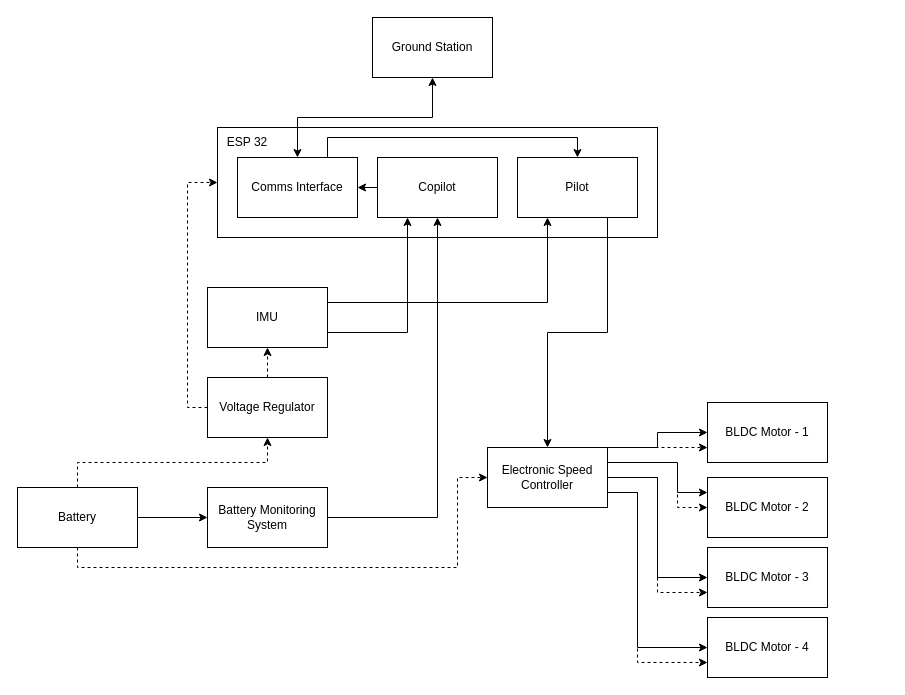
Earlier version of the draw.io diagram docs/System Architecture.drawio (fahadhub/quadcopter). Source tidied: cells renumbered, new cells numbered last; positions are measured from the earlier drawing's top-left corner, leaving out a move shared by most shapes. Both pictures are drawn from the tidied source at 100%, with x=0, y=0 at pixel (17, 17).
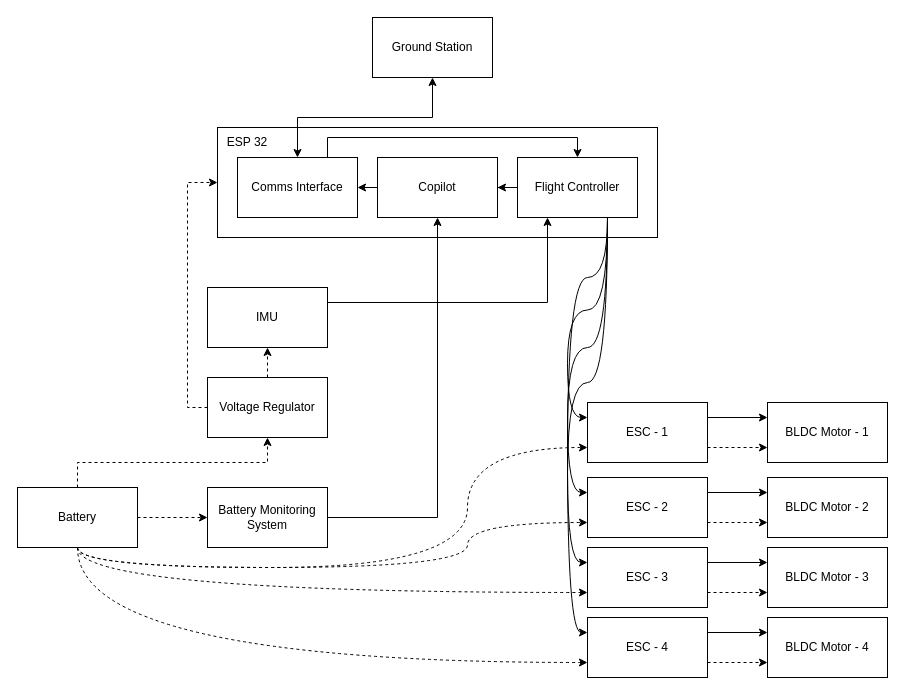
Above is the later version.

Unchanged cells that the change refers to:
```xml
<mxCell id="7" value="IMU" style="rounded=0;whiteSpace=wrap;html=1;" parent="1" vertex="1">
  <mxGeometry x="190" y="270" width="120" height="60" as="geometry" />
</mxCell>
<mxCell id="27" value="Battery" style="rounded=0;whiteSpace=wrap;html=1;" parent="1" vertex="1">
  <mxGeometry y="470" width="120" height="60" as="geometry" />
</mxCell>
<mxCell id="29" value="Battery Monitoring System" style="rounded=0;whiteSpace=wrap;html=1;" parent="1" vertex="1">
  <mxGeometry x="190" y="470" width="120" height="60" as="geometry" />
</mxCell>
<mxCell id="33" value="Copilot" style="rounded=0;whiteSpace=wrap;html=1;" parent="1" vertex="1">
  <mxGeometry x="360" y="140" width="120" height="60" as="geometry" />
</mxCell>
```

The edit, as a diff of the source:
```diff
@@
-    <mxCell id="5" style="edgeStyle=orthogonalEdgeStyle;rounded=0;jettySize=auto;html=1;exitX=1;exitY=0.75;exitDx=0;exitDy=0;entryX=0.25;entryY=1;entryDx=0;entryDy=0;" parent="1" edge="1" source="7" target="33">
-      <mxGeometry relative="1" as="geometry" />
-    </mxCell>
@@
-    <mxCell id="8" style="edgeStyle=orthogonalEdgeStyle;rounded=0;jettySize=auto;html=1;exitX=1;exitY=0;exitDx=0;exitDy=0;entryX=0;entryY=0.75;entryDx=0;entryDy=0;dashed=1;" parent="1" edge="1" source="16" target="17">
-      <mxGeometry relative="1" as="geometry">
-        <Array as="points">
-          <mxPoint x="690" y="430" />
-        </Array>
-      </mxGeometry>
-    </mxCell>
-    <mxCell id="9" style="edgeStyle=orthogonalEdgeStyle;rounded=0;jettySize=auto;html=1;exitX=1;exitY=0;exitDx=0;exitDy=0;entryX=0;entryY=0.5;entryDx=0;entryDy=0;" parent="1" edge="1" source="16" target="17">
-      <mxGeometry relative="1" as="geometry">
-        <Array as="points">
-          <mxPoint x="640" y="430" />
-          <mxPoint x="640" y="415" />
-        </Array>
-      </mxGeometry>
-    </mxCell>
-    <mxCell id="10" style="edgeStyle=orthogonalEdgeStyle;rounded=0;jettySize=auto;html=1;exitX=1;exitY=0.25;exitDx=0;exitDy=0;entryX=0;entryY=0.25;entryDx=0;entryDy=0;" parent="1" edge="1" source="16" target="18">
-      <mxGeometry relative="1" as="geometry">
-        <Array as="points">
-          <mxPoint x="660" y="445" />
-          <mxPoint x="660" y="475" />
-        </Array>
-      </mxGeometry>
-    </mxCell>
-    <mxCell id="11" style="edgeStyle=orthogonalEdgeStyle;rounded=0;jettySize=auto;html=1;exitX=1;exitY=0.25;exitDx=0;exitDy=0;entryX=0;entryY=0.5;entryDx=0;entryDy=0;dashed=1;" parent="1" edge="1" source="16" target="18">
-      <mxGeometry relative="1" as="geometry">
-        <Array as="points">
-          <mxPoint x="660" y="445" />
-          <mxPoint x="660" y="490" />
-        </Array>
-      </mxGeometry>
-    </mxCell>
-    <mxCell id="12" style="edgeStyle=orthogonalEdgeStyle;rounded=0;jettySize=auto;html=1;exitX=1;exitY=0.5;exitDx=0;exitDy=0;entryX=0;entryY=0.5;entryDx=0;entryDy=0;" parent="1" edge="1" source="16" target="19">
-      <mxGeometry relative="1" as="geometry" />
-    </mxCell>
-    <mxCell id="13" style="edgeStyle=orthogonalEdgeStyle;rounded=0;jettySize=auto;html=1;exitX=1;exitY=0.5;exitDx=0;exitDy=0;entryX=0;entryY=0.75;entryDx=0;entryDy=0;dashed=1;" parent="1" edge="1" source="16" target="19">
-      <mxGeometry relative="1" as="geometry" />
-    </mxCell>
-    <mxCell id="14" style="edgeStyle=orthogonalEdgeStyle;rounded=0;jettySize=auto;html=1;exitX=1;exitY=0.75;exitDx=0;exitDy=0;entryX=0;entryY=0.5;entryDx=0;entryDy=0;" parent="1" edge="1" source="16" target="20">
-      <mxGeometry relative="1" as="geometry">
-        <Array as="points">
-          <mxPoint x="620" y="475" />
-          <mxPoint x="620" y="630" />
-        </Array>
-      </mxGeometry>
-    </mxCell>
-    <mxCell id="15" style="edgeStyle=orthogonalEdgeStyle;rounded=0;jettySize=auto;html=1;exitX=1;exitY=0.75;exitDx=0;exitDy=0;entryX=0;entryY=0.75;entryDx=0;entryDy=0;dashed=1;" parent="1" edge="1" source="16" target="20">
-      <mxGeometry relative="1" as="geometry">
-        <Array as="points">
-          <mxPoint x="620" y="475" />
-          <mxPoint x="620" y="645" />
-        </Array>
-      </mxGeometry>
-    </mxCell>
-    <mxCell id="16" value="Electronic Speed Controller" style="rounded=0;whiteSpace=wrap;html=1;" parent="1" vertex="1">
-      <mxGeometry x="470" y="430" width="120" height="60" as="geometry" />
-    </mxCell>
     <mxCell id="17" value="BLDC Motor - 1" style="rounded=0;whiteSpace=wrap;html=1;" parent="1" vertex="1">
-      <mxGeometry x="690" y="385" width="120" height="60" as="geometry" />
+      <mxGeometry x="750" y="385" width="120" height="60" as="geometry" />
     </mxCell>
     <mxCell id="18" value="BLDC Motor&amp;nbsp;- 2" style="rounded=0;whiteSpace=wrap;html=1;" parent="1" vertex="1">
-      <mxGeometry x="690" y="460" width="120" height="60" as="geometry" />
+      <mxGeometry x="750" y="460" width="120" height="60" as="geometry" />
     </mxCell>
     <mxCell id="19" value="BLDC Motor&amp;nbsp;- 3" style="rounded=0;whiteSpace=wrap;html=1;" parent="1" vertex="1">
-      <mxGeometry x="690" y="530" width="120" height="60" as="geometry" />
+      <mxGeometry x="750" y="530" width="120" height="60" as="geometry" />
     </mxCell>
     <mxCell id="20" value="BLDC Motor&amp;nbsp;- 4" style="rounded=0;whiteSpace=wrap;html=1;" parent="1" vertex="1">
-      <mxGeometry x="690" y="600" width="120" height="60" as="geometry" />
+      <mxGeometry x="750" y="600" width="120" height="60" as="geometry" />
     </mxCell>
@@
-    <mxCell id="24" style="edgeStyle=orthogonalEdgeStyle;rounded=0;jettySize=auto;html=1;exitX=0.5;exitY=1;exitDx=0;exitDy=0;entryX=0;entryY=0.5;entryDx=0;entryDy=0;dashed=1;" parent="1" edge="1" source="27" target="16">
-      <mxGeometry relative="1" as="geometry">
-        <Array as="points">
-          <mxPoint x="60" y="550" />
-          <mxPoint x="440" y="550" />
-          <mxPoint x="440" y="460" />
-        </Array>
-      </mxGeometry>
-    </mxCell>
-    <mxCell id="25" style="edgeStyle=orthogonalEdgeStyle;rounded=0;jettySize=auto;html=1;exitX=1;exitY=0.5;exitDx=0;exitDy=0;entryX=0;entryY=0.5;entryDx=0;entryDy=0;" parent="1" edge="1" source="27" target="29">
+    <mxCell id="25" style="edgeStyle=orthogonalEdgeStyle;rounded=0;jettySize=auto;html=1;exitX=1;exitY=0.5;exitDx=0;exitDy=0;entryX=0;entryY=0.5;entryDx=0;entryDy=0;dashed=1;" parent="1" edge="1" source="27" target="29">
       <mxGeometry relative="1" as="geometry" />
     </mxCell>
@@
+    <mxCell id="37" style="edgeStyle=orthogonalEdgeStyle;rounded=0;jettySize=auto;html=1;exitX=0.5;exitY=1;exitDx=0;exitDy=0;entryX=0;entryY=0.75;entryDx=0;entryDy=0;curved=1;dashed=1;" parent="1" edge="1" source="27" target="48">
+      <mxGeometry relative="1" as="geometry">
+        <Array as="points">
+          <mxPoint x="60" y="550" />
+          <mxPoint x="450" y="550" />
+          <mxPoint x="450" y="430" />
+        </Array>
+      </mxGeometry>
+    </mxCell>
+    <mxCell id="38" style="edgeStyle=orthogonalEdgeStyle;rounded=0;jettySize=auto;html=1;exitX=0.5;exitY=1;exitDx=0;exitDy=0;entryX=0;entryY=0.75;entryDx=0;entryDy=0;dashed=1;curved=1;" parent="1" edge="1" source="27" target="51">
+      <mxGeometry relative="1" as="geometry">
+        <Array as="points">
+          <mxPoint x="60" y="550" />
+          <mxPoint x="450" y="550" />
+          <mxPoint x="450" y="505.1" />
+        </Array>
+      </mxGeometry>
+    </mxCell>
+    <mxCell id="39" style="edgeStyle=orthogonalEdgeStyle;rounded=0;jettySize=auto;html=1;exitX=0.5;exitY=1;exitDx=0;exitDy=0;entryX=0;entryY=0.75;entryDx=0;entryDy=0;curved=1;dashed=1;" parent="1" edge="1" source="27" target="54">
+      <mxGeometry relative="1" as="geometry" />
+    </mxCell>
+    <mxCell id="40" style="edgeStyle=orthogonalEdgeStyle;rounded=0;jettySize=auto;html=1;exitX=0.5;exitY=1;exitDx=0;exitDy=0;entryX=0;entryY=0.75;entryDx=0;entryDy=0;dashed=1;curved=1;" parent="1" edge="1" source="27" target="57">
+      <mxGeometry relative="1" as="geometry" />
+    </mxCell>
@@
-    <mxCell id="34" style="edgeStyle=orthogonalEdgeStyle;rounded=0;jettySize=auto;html=1;exitX=0.75;exitY=1;exitDx=0;exitDy=0;" parent="1" edge="1" source="35" target="16">
-      <mxGeometry relative="1" as="geometry" />
-    </mxCell>
+    <mxCell id="41" style="edgeStyle=orthogonalEdgeStyle;rounded=0;jettySize=auto;html=1;exitX=0;exitY=0.5;exitDx=0;exitDy=0;" parent="1" edge="1" source="35" target="33">
+      <mxGeometry relative="1" as="geometry" />
+    </mxCell>
+    <mxCell id="42" style="edgeStyle=orthogonalEdgeStyle;rounded=0;jettySize=auto;html=1;exitX=0.75;exitY=1;exitDx=0;exitDy=0;entryX=0;entryY=0.25;entryDx=0;entryDy=0;curved=1;" parent="1" edge="1" source="35" target="48">
+      <mxGeometry relative="1" as="geometry" />
+    </mxCell>
+    <mxCell id="43" style="edgeStyle=orthogonalEdgeStyle;rounded=0;jettySize=auto;html=1;exitX=0.75;exitY=1;exitDx=0;exitDy=0;entryX=0;entryY=0.25;entryDx=0;entryDy=0;curved=1;" parent="1" edge="1" source="35" target="51">
+      <mxGeometry relative="1" as="geometry" />
+    </mxCell>
+    <mxCell id="44" style="edgeStyle=orthogonalEdgeStyle;rounded=0;jettySize=auto;html=1;exitX=0.75;exitY=1;exitDx=0;exitDy=0;entryX=0;entryY=0.25;entryDx=0;entryDy=0;curved=1;" parent="1" edge="1" source="35" target="54">
+      <mxGeometry relative="1" as="geometry" />
+    </mxCell>
+    <mxCell id="45" style="edgeStyle=orthogonalEdgeStyle;rounded=0;jettySize=auto;html=1;exitX=0.75;exitY=1;exitDx=0;exitDy=0;entryX=0;entryY=0.25;entryDx=0;entryDy=0;curved=1;" parent="1" edge="1" source="35" target="57">
+      <mxGeometry relative="1" as="geometry">
+        <Array as="points">
+          <mxPoint x="590" y="260" />
+          <mxPoint x="550" y="260" />
+          <mxPoint x="550" y="615" />
+        </Array>
+      </mxGeometry>
+    </mxCell>
-    <mxCell id="35" value="Pilot" style="rounded=0;whiteSpace=wrap;html=1;" parent="1" vertex="1">
+    <mxCell id="35" value="Flight Controller" style="rounded=0;whiteSpace=wrap;html=1;" parent="1" vertex="1">
       <mxGeometry x="500" y="140" width="120" height="60" as="geometry" />
     </mxCell>
@@
+    <mxCell id="46" style="edgeStyle=orthogonalEdgeStyle;rounded=0;jettySize=auto;html=1;exitX=1;exitY=0.25;exitDx=0;exitDy=0;entryX=0;entryY=0.25;entryDx=0;entryDy=0;" parent="1" edge="1" source="48" target="17">
+      <mxGeometry relative="1" as="geometry" />
+    </mxCell>
+    <mxCell id="47" style="edgeStyle=orthogonalEdgeStyle;rounded=0;jettySize=auto;html=1;exitX=1;exitY=0.75;exitDx=0;exitDy=0;entryX=0;entryY=0.75;entryDx=0;entryDy=0;dashed=1;" parent="1" edge="1" source="48" target="17">
+      <mxGeometry relative="1" as="geometry" />
+    </mxCell>
+    <mxCell id="48" value="ESC - 1" style="rounded=0;whiteSpace=wrap;html=1;" parent="1" vertex="1">
+      <mxGeometry x="570" y="385" width="120" height="60" as="geometry" />
+    </mxCell>
+    <mxCell id="49" style="edgeStyle=orthogonalEdgeStyle;rounded=0;jettySize=auto;html=1;exitX=1;exitY=0.25;exitDx=0;exitDy=0;entryX=0;entryY=0.25;entryDx=0;entryDy=0;" parent="1" edge="1" source="51" target="18">
+      <mxGeometry relative="1" as="geometry" />
+    </mxCell>
+    <mxCell id="50" style="edgeStyle=orthogonalEdgeStyle;rounded=0;jettySize=auto;html=1;exitX=1;exitY=0.75;exitDx=0;exitDy=0;entryX=0;entryY=0.75;entryDx=0;entryDy=0;dashed=1;" parent="1" edge="1" source="51" target="18">
+      <mxGeometry relative="1" as="geometry" />
+    </mxCell>
+    <mxCell id="51" value="ESC - 2" style="rounded=0;whiteSpace=wrap;html=1;" parent="1" vertex="1">
+      <mxGeometry x="570" y="460" width="120" height="60" as="geometry" />
+    </mxCell>
+    <mxCell id="52" style="edgeStyle=orthogonalEdgeStyle;rounded=0;jettySize=auto;html=1;exitX=1;exitY=0.25;exitDx=0;exitDy=0;entryX=0;entryY=0.25;entryDx=0;entryDy=0;" parent="1" edge="1" source="54" target="19">
+      <mxGeometry relative="1" as="geometry" />
+    </mxCell>
+    <mxCell id="53" style="edgeStyle=orthogonalEdgeStyle;rounded=0;jettySize=auto;html=1;exitX=1;exitY=0.75;exitDx=0;exitDy=0;entryX=0;entryY=0.75;entryDx=0;entryDy=0;dashed=1;" parent="1" edge="1" source="54" target="19">
+      <mxGeometry relative="1" as="geometry" />
+    </mxCell>
+    <mxCell id="54" value="ESC - 3" style="rounded=0;whiteSpace=wrap;html=1;" parent="1" vertex="1">
+      <mxGeometry x="570" y="530" width="120" height="60" as="geometry" />
+    </mxCell>
+    <mxCell id="55" style="edgeStyle=orthogonalEdgeStyle;rounded=0;jettySize=auto;html=1;exitX=1;exitY=0.25;exitDx=0;exitDy=0;entryX=0;entryY=0.25;entryDx=0;entryDy=0;" parent="1" edge="1" source="57" target="20">
+      <mxGeometry relative="1" as="geometry" />
+    </mxCell>
+    <mxCell id="56" style="edgeStyle=orthogonalEdgeStyle;rounded=0;jettySize=auto;html=1;exitX=1;exitY=0.75;exitDx=0;exitDy=0;entryX=0;entryY=0.75;entryDx=0;entryDy=0;dashed=1;" parent="1" edge="1" source="57" target="20">
+      <mxGeometry relative="1" as="geometry" />
+    </mxCell>
+    <mxCell id="57" value="ESC - 4" style="rounded=0;whiteSpace=wrap;html=1;" parent="1" vertex="1">
+      <mxGeometry x="570" y="600" width="120" height="60" as="geometry" />
+    </mxCell>
```
